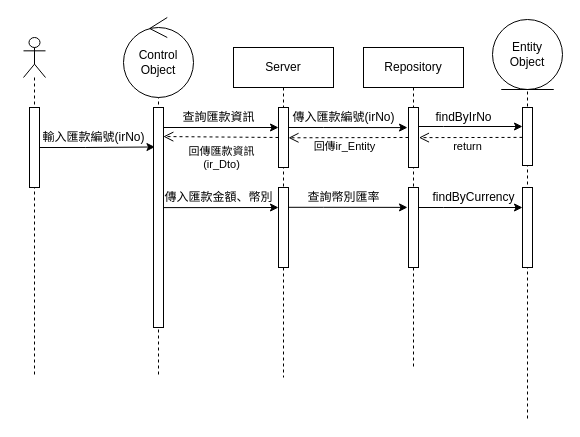
Above: Untitled Diagram.drawio in dragoniris7/JAVA_FCB (draw.io), before the change. Source tidied: cells renumbered, new cells numbered last; positions are measured from the earlier drawing's top-left corner, leaving out a move shared by most shapes. Both pictures are drawn from the tidied source at 100%, with x=0, y=0 at pixel (23, 17).
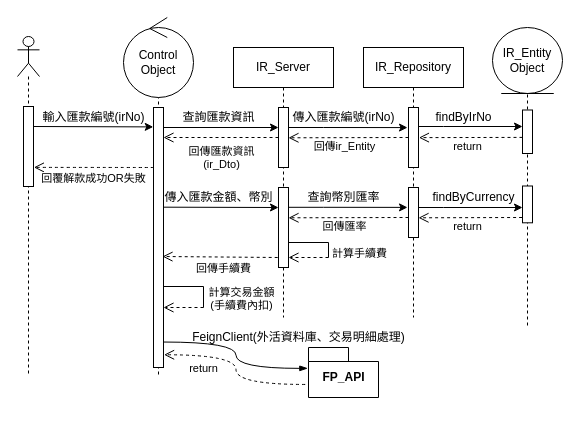
After the change.

The change refers to these unchanged cells:
```xml
<mxCell id="3" style="html=1;points=[];perimeter=orthogonalPerimeter;" parent="2" vertex="1">
  <mxGeometry x="6" y="70" width="10" height="80" as="geometry" />
</mxCell>
<mxCell id="4" style="shape=umlLifeline;participant=umlControl;perimeter=lifelinePerimeter;whiteSpace=wrap;html=1;verticalAlign=top;spacingTop=36;outlineConnect=0;" parent="1" vertex="1">
  <mxGeometry x="107.5" y="20" width="55" height="340" as="geometry" />
</mxCell>
<mxCell id="30" value="傳入匯款金額、幣別" style="text;html=1;align=center;verticalAlign=middle;points=[];strokeColor=none;fillColor=none;" parent="1" vertex="1">
  <mxGeometry x="135" y="170" width="120" height="20" as="geometry" />
</mxCell>
```

What changed in the source:
```diff
@@
     <mxCell id="2" style="shape=umlLifeline;participant=umlActor;perimeter=lifelinePerimeter;whiteSpace=wrap;html=1;verticalAlign=top;spacingTop=36;" parent="1" vertex="1">
-      <mxGeometry y="20" width="22" height="340" as="geometry" />
+      <mxGeometry x="-6" y="19" width="22" height="340" as="geometry" />
     </mxCell>
@@
     <mxCell id="6" style="html=1;points=[];perimeter=orthogonalPerimeter;" parent="4" vertex="1">
-      <mxGeometry x="22.5" y="70" width="10" height="220" as="geometry" />
+      <mxGeometry x="22.5" y="70" width="10" height="260" as="geometry" />
     </mxCell>
-    <mxCell id="7" value="Server" style="shape=umlLifeline;perimeter=lifelinePerimeter;whiteSpace=wrap;html=1;" parent="1" vertex="1">
-      <mxGeometry x="210" y="30" width="100" height="330" as="geometry" />
+    <mxCell id="7" value="IR_Server" style="shape=umlLifeline;perimeter=lifelinePerimeter;whiteSpace=wrap;html=1;" parent="1" vertex="1">
+      <mxGeometry x="210" y="30" width="100" height="270" as="geometry" />
     </mxCell>
@@
-    <mxCell id="10" style="edgeStyle=orthogonalEdgeStyle;rounded=0;jettySize=auto;html=1;exitX=1.053;exitY=0.455;exitDx=0;exitDy=0;exitPerimeter=0;" parent="7" edge="1" source="6">
+    <mxCell id="10" style="rounded=0;jettySize=auto;html=1;exitX=0.043;exitY=0.984;exitDx=0;exitDy=0;exitPerimeter=0;" parent="7" edge="1" source="30">
       <mxGeometry relative="1" as="geometry">
         <mxPoint x="45" y="160" as="targetPoint" />
       </mxGeometry>
     </mxCell>
+    <mxCell id="35" value="回傳手續費" style="html=1;verticalAlign=bottom;endArrow=open;dashed=1;endSize=8;rounded=0;entryX=0.98;entryY=0.132;entryDx=0;entryDy=0;entryPerimeter=0;" parent="7" edge="1">
+      <mxGeometry x="-0.06" y="20" relative="1" as="geometry">
+        <mxPoint x="44.2" y="210" as="sourcePoint" />
+        <mxPoint x="-71" y="209" as="targetPoint" />
+      </mxGeometry>
+    </mxCell>
-    <mxCell id="11" value="Repository" style="shape=umlLifeline;perimeter=lifelinePerimeter;whiteSpace=wrap;html=1;" parent="1" vertex="1">
-      <mxGeometry x="340" y="30" width="100" height="320" as="geometry" />
+    <mxCell id="11" value="IR_Repository" style="shape=umlLifeline;perimeter=lifelinePerimeter;whiteSpace=wrap;html=1;" parent="1" vertex="1">
+      <mxGeometry x="340" y="30" width="100" height="270" as="geometry" />
     </mxCell>
@@
     <mxCell id="15" style="html=1;perimeter=orthogonalPerimeter;" parent="11" vertex="1">
-      <mxGeometry x="45" y="140" width="10" height="80" as="geometry" />
+      <mxGeometry x="45" y="140" width="10" height="50" as="geometry" />
     </mxCell>
+    <mxCell id="36" value="回傳匯率" style="html=1;verticalAlign=bottom;endArrow=open;dashed=1;endSize=8;rounded=0;entryX=0.996;entryY=0.505;entryDx=0;entryDy=0;entryPerimeter=0;" parent="11" edge="1">
+      <mxGeometry x="0.06" y="18" relative="1" as="geometry">
+        <mxPoint x="45" y="170" as="sourcePoint" />
+        <mxPoint x="-75" y="170.3" as="targetPoint" />
+      </mxGeometry>
+    </mxCell>
     <mxCell id="16" style="group;" parent="1" vertex="1">
-      <mxGeometry x="469" y="2" width="70" height="400" as="geometry" />
+      <mxGeometry x="469" y="10" width="70" height="300" as="geometry" />
     </mxCell>
     <mxCell id="17" style="shape=umlLifeline;participant=umlEntity;perimeter=lifelinePerimeter;whiteSpace=wrap;html=1;verticalAlign=top;spacingTop=36;" parent="16" vertex="1">
-      <mxGeometry x="5" y="20" width="60" height="380" as="geometry" />
+      <mxGeometry x="5" y="15" width="60" height="285" as="geometry" />
     </mxCell>
-    <mxCell id="18" style="html=1;perimeter=orthogonalPerimeter;" parent="17" vertex="1">
-      <mxGeometry x="25" y="68" width="10" height="58" as="geometry" />
-    </mxCell>
-    <mxCell id="19" value="Entity Object" style="ellipse;shape=umlEntity;whiteSpace=wrap;html=1;" parent="16" vertex="1">
-      <mxGeometry width="70" height="70" as="geometry" />
+    <mxCell id="19" value="IR_Entity Object" style="ellipse;shape=umlEntity;whiteSpace=wrap;html=1;" parent="16" vertex="1">
+      <mxGeometry width="70" height="66" as="geometry" />
     </mxCell>
     <mxCell id="20" style="html=1;perimeter=orthogonalPerimeter;" parent="16" vertex="1">
-      <mxGeometry x="30" y="168" width="10" height="80" as="geometry" />
+      <mxGeometry x="30" y="158.5" width="10" height="36.8" as="geometry" />
     </mxCell>
+    <mxCell id="18" style="html=1;perimeter=orthogonalPerimeter;" parent="16" vertex="1">
+      <mxGeometry x="30" y="82.5" width="10" height="43.5" as="geometry" />
+    </mxCell>
-    <mxCell id="21" style="edgeStyle=orthogonalEdgeStyle;rounded=0;jettySize=auto;html=1;entryX=0.436;entryY=0.322;entryDx=0;entryDy=0;entryPerimeter=0;" parent="1" edge="1" source="3" target="4">
-      <mxGeometry relative="1" as="geometry" />
+    <mxCell id="21" style="rounded=0;jettySize=auto;html=1;entryX=0.998;entryY=0.97;entryDx=0;entryDy=0;entryPerimeter=0;" parent="1" edge="1" target="22">
+      <mxGeometry relative="1" as="geometry">
+        <mxPoint x="10" y="109" as="sourcePoint" />
+      </mxGeometry>
     </mxCell>
     <mxCell id="22" value="輸入匯款編號(irNo)" style="text;html=1;align=center;verticalAlign=middle;points=[];strokeColor=none;fillColor=none;" parent="1" vertex="1">
-      <mxGeometry x="10" y="110" width="120" height="20" as="geometry" />
+      <mxGeometry x="10" y="90" width="120" height="20" as="geometry" />
     </mxCell>
@@
-    <mxCell id="29" value="回傳匯款資訊&lt;br&gt;(ir_Dto)" style="html=1;verticalAlign=bottom;endArrow=open;dashed=1;endSize=8;rounded=0;entryX=0.98;entryY=0.132;entryDx=0;entryDy=0;entryPerimeter=0;" parent="1" edge="1" target="6">
+    <mxCell id="29" value="回傳匯款資訊&lt;br&gt;(ir_Dto)" style="html=1;verticalAlign=bottom;endArrow=open;dashed=1;endSize=8;rounded=0;" parent="1" edge="1">
       <mxGeometry x="-0.01" y="36" relative="1" as="geometry">
         <mxPoint x="255" y="120" as="sourcePoint" />
+        <mxPoint x="140" y="120" as="targetPoint" />
       </mxGeometry>
     </mxCell>
@@
+    <mxCell id="37" value="return" style="html=1;verticalAlign=bottom;endArrow=open;dashed=1;endSize=8;rounded=0;entryX=1.044;entryY=0.502;entryDx=0;entryDy=0;entryPerimeter=0;" parent="1" edge="1">
+      <mxGeometry x="0.06" y="18" relative="1" as="geometry">
+        <mxPoint x="498.6" y="200" as="sourcePoint" />
+        <mxPoint x="395" y="200.3" as="targetPoint" />
+      </mxGeometry>
+    </mxCell>
+    <mxCell id="38" style="group;" parent="1" vertex="1">
+      <mxGeometry x="265" y="210" width="40" height="30" as="geometry" />
+    </mxCell>
+    <mxCell id="39" style="edgeStyle=elbowEdgeStyle;rounded=0;orthogonalLoop=1;jettySize=auto;html=1;elbow=vertical;endArrow=none;endFill=0;" parent="38" edge="1">
+      <mxGeometry relative="1" as="geometry">
+        <mxPoint x="0.5" y="15" as="sourcePoint" />
+        <mxPoint x="40" y="30" as="targetPoint" />
+        <Array as="points">
+          <mxPoint x="33.3" y="15" />
+          <mxPoint x="26.7" y="22.5" />
+          <mxPoint x="26.7" y="15" />
+          <mxPoint x="26.7" y="10" />
+          <mxPoint x="33.3" />
+          <mxPoint x="40" y="5" />
+        </Array>
+      </mxGeometry>
+    </mxCell>
+    <mxCell id="40" value="計算手續費" style="html=1;verticalAlign=bottom;endArrow=open;dashed=1;endSize=8;rounded=0;strokeColor=default;elbow=vertical;" parent="38" edge="1">
+      <mxGeometry x="-1" y="31" relative="1" as="geometry">
+        <mxPoint x="40" y="30" as="sourcePoint" />
+        <mxPoint y="30" as="targetPoint" />
+        <mxPoint x="31" y="-26" as="offset" />
+      </mxGeometry>
+    </mxCell>
+    <mxCell id="41" style="group;" parent="1" vertex="1">
+      <mxGeometry x="140" y="248" width="40" height="42" as="geometry" />
+    </mxCell>
+    <mxCell id="42" style="edgeStyle=elbowEdgeStyle;rounded=0;orthogonalLoop=1;jettySize=auto;html=1;elbow=vertical;endArrow=none;endFill=0;" parent="41" edge="1">
+      <mxGeometry relative="1" as="geometry">
+        <mxPoint x="0.5" y="21" as="sourcePoint" />
+        <mxPoint x="40" y="42" as="targetPoint" />
+        <Array as="points">
+          <mxPoint x="33.3" y="21" />
+          <mxPoint x="26.7" y="31.5" />
+          <mxPoint x="26.7" y="21" />
+          <mxPoint x="26.7" y="14" />
+          <mxPoint x="33.3" />
+          <mxPoint x="40" y="7" />
+        </Array>
+      </mxGeometry>
+    </mxCell>
+    <mxCell id="43" value="計算交易金額&lt;br&gt;(手續費內扣)" style="html=1;verticalAlign=bottom;endArrow=open;dashed=1;endSize=8;rounded=0;strokeColor=default;elbow=vertical;" parent="41" edge="1">
+      <mxGeometry x="-1" y="39" relative="1" as="geometry">
+        <mxPoint x="40" y="42" as="sourcePoint" />
+        <mxPoint y="42" as="targetPoint" />
+        <mxPoint x="38" y="-32" as="offset" />
+      </mxGeometry>
+    </mxCell>
+    <mxCell id="44" value="FP_API" style="shape=folder;fontStyle=1;spacingTop=10;tabWidth=40;tabHeight=14;tabPosition=left;html=1;" parent="1" vertex="1">
+      <mxGeometry x="285" y="330" width="70" height="50" as="geometry" />
+    </mxCell>
+    <mxCell id="45" style="edgeStyle=orthogonalEdgeStyle;rounded=0;jettySize=auto;html=1;endArrow=blockThin;endFill=1;strokeColor=default;elbow=vertical;entryX=-0.01;entryY=0.417;entryDx=0;entryDy=0;entryPerimeter=0;exitX=0.967;exitY=0.902;exitDx=0;exitDy=0;exitPerimeter=0;curved=1;" parent="1" edge="1" source="6" target="44">
+      <mxGeometry relative="1" as="geometry" />
+    </mxCell>
+    <mxCell id="46" value="return" style="html=1;verticalAlign=bottom;endArrow=open;dashed=1;endSize=8;rounded=0;strokeColor=default;curved=1;elbow=vertical;entryX=1.058;entryY=0.951;entryDx=0;entryDy=0;entryPerimeter=0;edgeStyle=orthogonalEdgeStyle;exitX=-0.047;exitY=0.739;exitDx=0;exitDy=0;exitPerimeter=0;" parent="1" edge="1" source="44" target="6">
+      <mxGeometry x="0.53" y="23" relative="1" as="geometry" />
+    </mxCell>
+    <mxCell id="47" value="回覆解款成功OR失敗" style="html=1;verticalAlign=bottom;endArrow=open;dashed=1;endSize=8;rounded=0;strokeColor=default;curved=1;elbow=vertical;entryX=1.038;entryY=0.761;entryDx=0;entryDy=0;entryPerimeter=0;" parent="1" edge="1" target="3">
+      <mxGeometry y="20" relative="1" as="geometry">
+        <mxPoint x="130" y="150" as="sourcePoint" />
+      </mxGeometry>
+    </mxCell>
+    <mxCell id="48" value="FeignClient(外活資料庫、交易明細處理)" style="text;html=1;align=center;verticalAlign=middle;strokeColor=none;fillColor=none;" parent="1" vertex="1">
+      <mxGeometry x="160" y="310" width="230" height="20" as="geometry" />
+    </mxCell>
```
